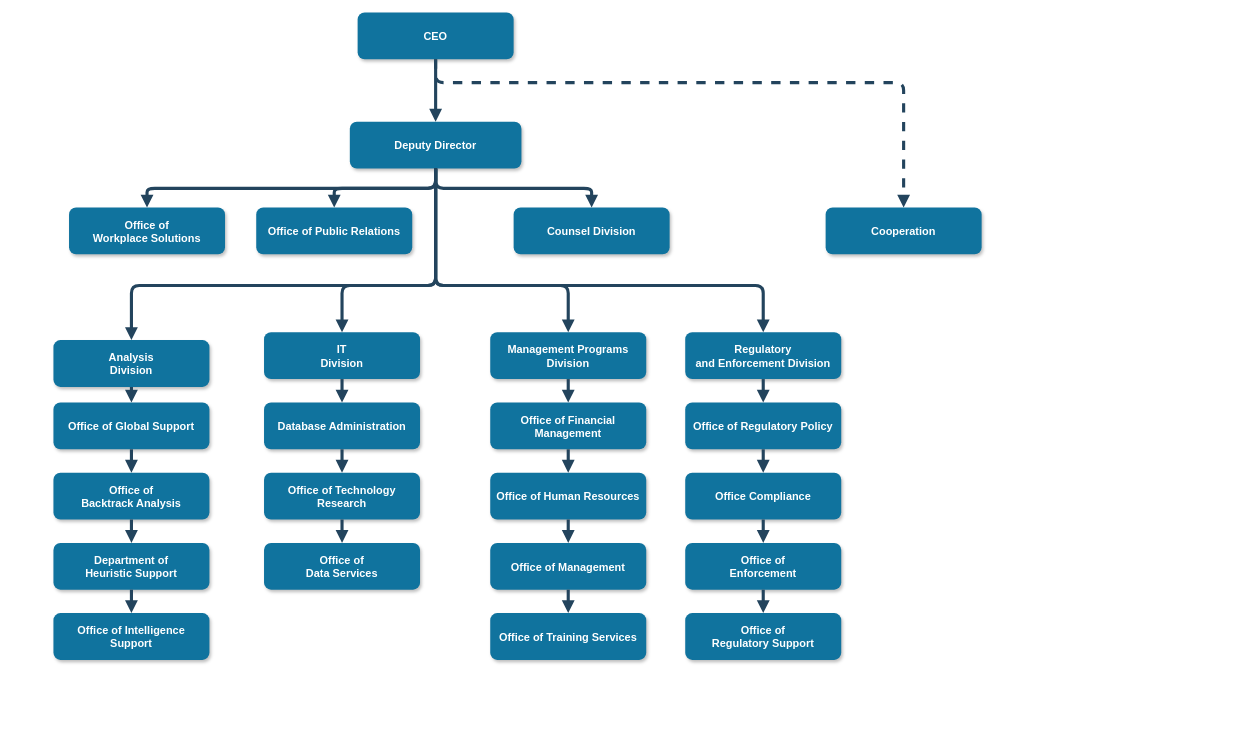
Before: Untitled Diagram.drawio in MHosnii/DrawIo, a draw.io diagram. Source tidied: cells renumbered, new cells numbered last; positions are measured from the earlier drawing's top-left corner, leaving out a move shared by most shapes. Both pictures are drawn from the tidied source at 78%, with x=0, y=0 at pixel (53, 12).
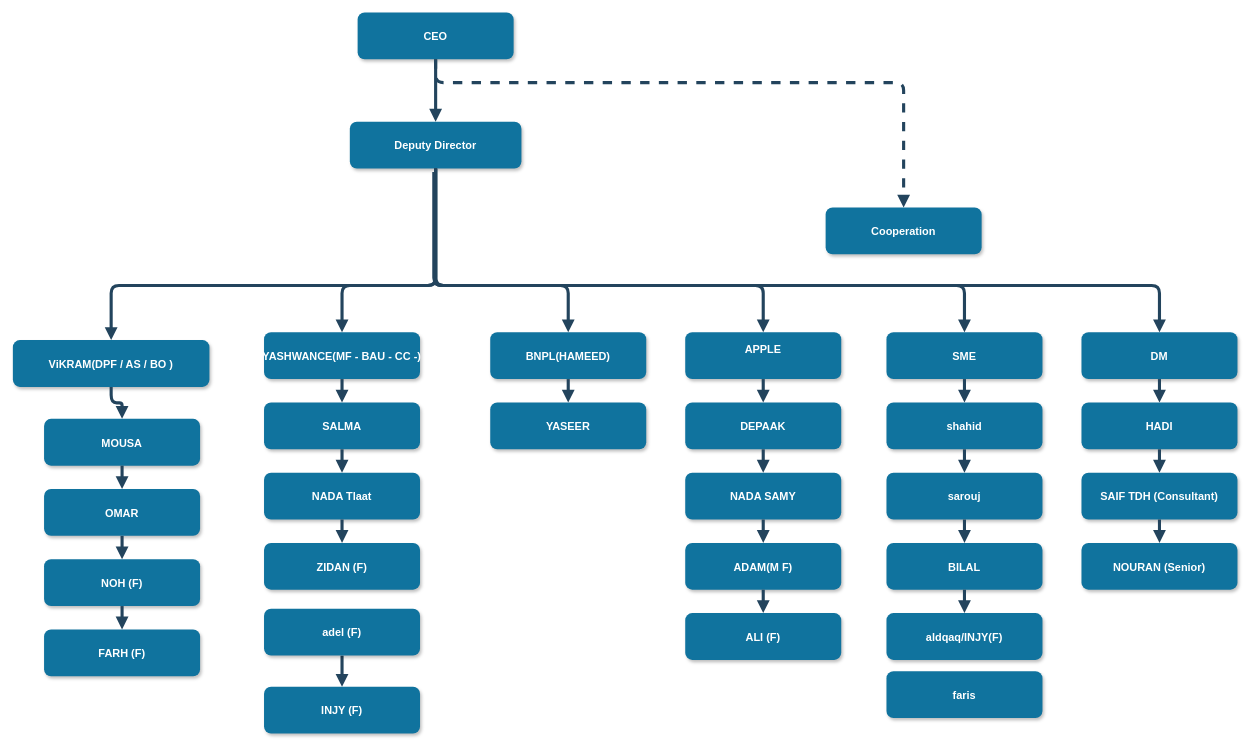
Above is the later version.

The change refers to these unchanged cells:
```xml
<mxCell id="3" value="Deputy Director" style="rounded=1;fillColor=#10739E;strokeColor=none;shadow=1;gradientColor=none;fontStyle=1;fontColor=#FFFFFF;fontSize=14;" parent="1" vertex="1">
  <mxGeometry x="380" y="139.5" width="220" height="60" as="geometry" />
</mxCell>
```

Change to the diagram source:
```diff
@@
-    <mxCell id="4" value="Office of &#10;Workplace Solutions" style="rounded=1;fillColor=#10739E;strokeColor=none;shadow=1;gradientColor=none;fontStyle=1;fontColor=#FFFFFF;fontSize=14;" parent="1" vertex="1">
-      <mxGeometry x="20" y="249.5" width="200" height="60" as="geometry" />
-    </mxCell>
-    <mxCell id="5" value="Office of Public Relations" style="rounded=1;fillColor=#10739E;strokeColor=none;shadow=1;gradientColor=none;fontStyle=1;fontColor=#FFFFFF;fontSize=14;" parent="1" vertex="1">
-      <mxGeometry x="260" y="249.5" width="200" height="60" as="geometry" />
-    </mxCell>
-    <mxCell id="6" value="Counsel Division" style="rounded=1;fillColor=#10739E;strokeColor=none;shadow=1;gradientColor=none;fontStyle=1;fontColor=#FFFFFF;fontSize=14;" parent="1" vertex="1">
-      <mxGeometry x="590" y="249.5" width="200" height="60" as="geometry" />
-    </mxCell>
@@
-    <mxCell id="8" value="Analysis &#10;Division" style="rounded=1;fillColor=#10739E;strokeColor=none;shadow=1;gradientColor=none;fontStyle=1;fontColor=#FFFFFF;fontSize=14;" parent="1" vertex="1">
-      <mxGeometry y="419.5" width="200" height="60" as="geometry" />
+    <mxCell id="8" value="ViKRAM(DPF / AS / BO )" style="rounded=1;fillColor=#10739E;strokeColor=none;shadow=1;gradientColor=none;fontStyle=1;fontColor=#FFFFFF;fontSize=14;" parent="1" vertex="1">
+      <mxGeometry x="-52" y="419.5" width="252" height="60" as="geometry" />
     </mxCell>
-    <mxCell id="9" value="Office of Global Support" style="rounded=1;fillColor=#10739E;strokeColor=none;shadow=1;gradientColor=none;fontStyle=1;fontColor=#FFFFFF;fontSize=14;" parent="1" vertex="1">
-      <mxGeometry y="499.5" width="200" height="60" as="geometry" />
+    <mxCell id="9" value="MOUSA" style="rounded=1;fillColor=#10739E;strokeColor=none;shadow=1;gradientColor=none;fontStyle=1;fontColor=#FFFFFF;fontSize=14;" parent="1" vertex="1">
+      <mxGeometry x="-12" y="520.5" width="200" height="60" as="geometry" />
     </mxCell>
-    <mxCell id="10" value="Office of &#10;Backtrack Analysis" style="rounded=1;fillColor=#10739E;strokeColor=none;shadow=1;gradientColor=none;fontStyle=1;fontColor=#FFFFFF;fontSize=14;" parent="1" vertex="1">
-      <mxGeometry y="589.5" width="200" height="60" as="geometry" />
+    <mxCell id="10" value="OMAR" style="rounded=1;fillColor=#10739E;strokeColor=none;shadow=1;gradientColor=none;fontStyle=1;fontColor=#FFFFFF;fontSize=14;" parent="1" vertex="1">
+      <mxGeometry x="-12" y="610.5" width="200" height="60" as="geometry" />
     </mxCell>
-    <mxCell id="11" value="Department of &#10;Heuristic Support" style="rounded=1;fillColor=#10739E;strokeColor=none;shadow=1;gradientColor=none;fontStyle=1;fontColor=#FFFFFF;fontSize=14;" parent="1" vertex="1">
-      <mxGeometry y="679.5" width="200" height="60" as="geometry" />
+    <mxCell id="11" value="NOH (F)" style="rounded=1;fillColor=#10739E;strokeColor=none;shadow=1;gradientColor=none;fontStyle=1;fontColor=#FFFFFF;fontSize=14;" parent="1" vertex="1">
+      <mxGeometry x="-12" y="700.5" width="200" height="60" as="geometry" />
     </mxCell>
-    <mxCell id="12" value="Office of Intelligence &#10;Support" style="rounded=1;fillColor=#10739E;strokeColor=none;shadow=1;gradientColor=none;fontStyle=1;fontColor=#FFFFFF;fontSize=14;" parent="1" vertex="1">
-      <mxGeometry y="769.5" width="200" height="60" as="geometry" />
+    <mxCell id="12" value="FARH (F)" style="rounded=1;fillColor=#10739E;strokeColor=none;shadow=1;gradientColor=none;fontStyle=1;fontColor=#FFFFFF;fontSize=14;" parent="1" vertex="1">
+      <mxGeometry x="-12" y="790.5" width="200" height="60" as="geometry" />
     </mxCell>
-    <mxCell id="13" value="IT&#10;Division" style="rounded=1;fillColor=#10739E;strokeColor=none;shadow=1;gradientColor=none;fontStyle=1;fontColor=#FFFFFF;fontSize=14;" parent="1" vertex="1">
+    <mxCell id="13" value="YASHWANCE(MF - BAU - CC -)" style="rounded=1;fillColor=#10739E;strokeColor=none;shadow=1;gradientColor=none;fontStyle=1;fontColor=#FFFFFF;fontSize=14;" parent="1" vertex="1">
       <mxGeometry x="270" y="409.5" width="200" height="60" as="geometry" />
     </mxCell>
-    <mxCell id="14" value="Database Administration" style="rounded=1;fillColor=#10739E;strokeColor=none;shadow=1;gradientColor=none;fontStyle=1;fontColor=#FFFFFF;fontSize=14;" parent="1" vertex="1">
+    <mxCell id="14" value="SALMA" style="rounded=1;fillColor=#10739E;strokeColor=none;shadow=1;gradientColor=none;fontStyle=1;fontColor=#FFFFFF;fontSize=14;" parent="1" vertex="1">
       <mxGeometry x="270" y="499.5" width="200" height="60" as="geometry" />
     </mxCell>
-    <mxCell id="15" value="Office of Technology &#10;Research" style="rounded=1;fillColor=#10739E;strokeColor=none;shadow=1;gradientColor=none;fontStyle=1;fontColor=#FFFFFF;fontSize=14;" parent="1" vertex="1">
+    <mxCell id="15" value="NADA Tlaat" style="rounded=1;fillColor=#10739E;strokeColor=none;shadow=1;gradientColor=none;fontStyle=1;fontColor=#FFFFFF;fontSize=14;" parent="1" vertex="1">
       <mxGeometry x="270" y="589.5" width="200" height="60" as="geometry" />
     </mxCell>
-    <mxCell id="16" value="Office of&#10;Data Services" style="rounded=1;fillColor=#10739E;strokeColor=none;shadow=1;gradientColor=none;fontStyle=1;fontColor=#FFFFFF;fontSize=14;" parent="1" vertex="1">
+    <mxCell id="16" value="ZIDAN (F)" style="rounded=1;fillColor=#10739E;strokeColor=none;shadow=1;gradientColor=none;fontStyle=1;fontColor=#FFFFFF;fontSize=14;" parent="1" vertex="1">
       <mxGeometry x="270" y="679.5" width="200" height="60" as="geometry" />
     </mxCell>
-    <mxCell id="17" value="Management Programs &#10;Division" style="rounded=1;fillColor=#10739E;strokeColor=none;shadow=1;gradientColor=none;fontStyle=1;fontColor=#FFFFFF;fontSize=14;" parent="1" vertex="1">
+    <mxCell id="17" value="BNPL(HAMEED)" style="rounded=1;fillColor=#10739E;strokeColor=none;shadow=1;gradientColor=none;fontStyle=1;fontColor=#FFFFFF;fontSize=14;" parent="1" vertex="1">
       <mxGeometry x="560" y="409.5" width="200" height="60" as="geometry" />
     </mxCell>
-    <mxCell id="18" value="Office of Financial &#10;Management" style="rounded=1;fillColor=#10739E;strokeColor=none;shadow=1;gradientColor=none;fontStyle=1;fontColor=#FFFFFF;fontSize=14;" parent="1" vertex="1">
+    <mxCell id="18" value="YASEER" style="rounded=1;fillColor=#10739E;strokeColor=none;shadow=1;gradientColor=none;fontStyle=1;fontColor=#FFFFFF;fontSize=14;" parent="1" vertex="1">
       <mxGeometry x="560" y="499.5" width="200" height="60" as="geometry" />
     </mxCell>
-    <mxCell id="19" value="Office of Human Resources" style="rounded=1;fillColor=#10739E;strokeColor=none;shadow=1;gradientColor=none;fontStyle=1;fontColor=#FFFFFF;fontSize=14;" parent="1" vertex="1">
-      <mxGeometry x="560" y="589.5" width="200" height="60" as="geometry" />
-    </mxCell>
-    <mxCell id="20" value="Office of Management " style="rounded=1;fillColor=#10739E;strokeColor=none;shadow=1;gradientColor=none;fontStyle=1;fontColor=#FFFFFF;fontSize=14;" parent="1" vertex="1">
-      <mxGeometry x="560" y="679.5" width="200" height="60" as="geometry" />
-    </mxCell>
-    <mxCell id="21" value="Office of Training Services" style="rounded=1;fillColor=#10739E;strokeColor=none;shadow=1;gradientColor=none;fontStyle=1;fontColor=#FFFFFF;fontSize=14;" parent="1" vertex="1">
-      <mxGeometry x="560" y="769.5" width="200" height="60" as="geometry" />
-    </mxCell>
-    <mxCell id="22" value="Regulatory &#10;and Enforcement Division" style="rounded=1;fillColor=#10739E;strokeColor=none;shadow=1;gradientColor=none;fontStyle=1;fontColor=#FFFFFF;fontSize=14;" parent="1" vertex="1">
+    <mxCell id="22" value="APPLE&#10;" style="rounded=1;fillColor=#10739E;strokeColor=none;shadow=1;gradientColor=none;fontStyle=1;fontColor=#FFFFFF;fontSize=14;" parent="1" vertex="1">
       <mxGeometry x="810" y="409.5" width="200" height="60" as="geometry" />
     </mxCell>
-    <mxCell id="23" value="Office of Regulatory Policy" style="rounded=1;fillColor=#10739E;strokeColor=none;shadow=1;gradientColor=none;fontStyle=1;fontColor=#FFFFFF;fontSize=14;" parent="1" vertex="1">
+    <mxCell id="23" value="DEPAAK" style="rounded=1;fillColor=#10739E;strokeColor=none;shadow=1;gradientColor=none;fontStyle=1;fontColor=#FFFFFF;fontSize=14;" parent="1" vertex="1">
       <mxGeometry x="810" y="499.5" width="200" height="60" as="geometry" />
     </mxCell>
-    <mxCell id="24" value="Office Compliance" style="rounded=1;fillColor=#10739E;strokeColor=none;shadow=1;gradientColor=none;fontStyle=1;fontColor=#FFFFFF;fontSize=14;" parent="1" vertex="1">
+    <mxCell id="24" value="NADA SAMY" style="rounded=1;fillColor=#10739E;strokeColor=none;shadow=1;gradientColor=none;fontStyle=1;fontColor=#FFFFFF;fontSize=14;" parent="1" vertex="1">
       <mxGeometry x="810" y="589.5" width="200" height="60" as="geometry" />
     </mxCell>
-    <mxCell id="25" value="Office of &#10;Enforcement" style="rounded=1;fillColor=#10739E;strokeColor=none;shadow=1;gradientColor=none;fontStyle=1;fontColor=#FFFFFF;fontSize=14;" parent="1" vertex="1">
+    <mxCell id="25" value="ADAM(M F)" style="rounded=1;fillColor=#10739E;strokeColor=none;shadow=1;gradientColor=none;fontStyle=1;fontColor=#FFFFFF;fontSize=14;" parent="1" vertex="1">
       <mxGeometry x="810" y="679.5" width="200" height="60" as="geometry" />
     </mxCell>
-    <mxCell id="26" value="Office of&#10; Regulatory Support" style="rounded=1;fillColor=#10739E;strokeColor=none;shadow=1;gradientColor=none;fontStyle=1;fontColor=#FFFFFF;fontSize=14;" parent="1" vertex="1">
+    <mxCell id="26" value="ALI (F)" style="rounded=1;fillColor=#10739E;strokeColor=none;shadow=1;gradientColor=none;fontStyle=1;fontColor=#FFFFFF;fontSize=14;" parent="1" vertex="1">
       <mxGeometry x="810" y="769.5" width="200" height="60" as="geometry" />
     </mxCell>
@@
-    <mxCell id="28" style="edgeStyle=elbowEdgeStyle;elbow=vertical;strokeWidth=4;endArrow=block;endFill=1;fontStyle=1;strokeColor=#23445D;" parent="1" edge="1" source="3" target="5">
-      <mxGeometry x="22" y="165.5" as="geometry" />
-    </mxCell>
-    <mxCell id="29" style="edgeStyle=elbowEdgeStyle;elbow=vertical;strokeWidth=4;endArrow=block;endFill=1;fontStyle=1;strokeColor=#23445D;" parent="1" edge="1" source="3" target="4">
-      <mxGeometry x="22" y="165.5" as="geometry" />
-    </mxCell>
-    <mxCell id="30" style="edgeStyle=elbowEdgeStyle;elbow=vertical;strokeWidth=4;endArrow=block;endFill=1;fontStyle=1;strokeColor=#23445D;" parent="1" edge="1" source="3" target="6">
-      <mxGeometry x="22" y="165.5" as="geometry" />
-    </mxCell>
@@
-    <mxCell id="42" style="edgeStyle=elbowEdgeStyle;elbow=vertical;strokeWidth=4;endArrow=block;endFill=1;fontStyle=1;strokeColor=#23445D;" parent="1" edge="1" source="18" target="19">
-      <mxGeometry x="72" y="175.5" as="geometry" />
-    </mxCell>
-    <mxCell id="43" style="edgeStyle=elbowEdgeStyle;elbow=vertical;strokeWidth=4;endArrow=block;endFill=1;fontStyle=1;strokeColor=#23445D;" parent="1" edge="1" source="19" target="20">
-      <mxGeometry x="72" y="185.5" as="geometry" />
-    </mxCell>
-    <mxCell id="44" style="edgeStyle=elbowEdgeStyle;elbow=vertical;strokeWidth=4;endArrow=block;endFill=1;fontStyle=1;strokeColor=#23445D;" parent="1" edge="1" source="20" target="21">
-      <mxGeometry x="72" y="195.5" as="geometry" />
-    </mxCell>
@@
+    <mxCell id="51" value="SME" style="rounded=1;fillColor=#10739E;strokeColor=none;shadow=1;gradientColor=none;fontStyle=1;fontColor=#FFFFFF;fontSize=14;" parent="1" vertex="1">
+      <mxGeometry x="1068" y="409.5" width="200" height="60" as="geometry" />
+    </mxCell>
+    <mxCell id="52" value="shahid" style="rounded=1;fillColor=#10739E;strokeColor=none;shadow=1;gradientColor=none;fontStyle=1;fontColor=#FFFFFF;fontSize=14;" parent="1" vertex="1">
+      <mxGeometry x="1068" y="499.5" width="200" height="60" as="geometry" />
+    </mxCell>
+    <mxCell id="53" value="sarouj" style="rounded=1;fillColor=#10739E;strokeColor=none;shadow=1;gradientColor=none;fontStyle=1;fontColor=#FFFFFF;fontSize=14;" parent="1" vertex="1">
+      <mxGeometry x="1068" y="589.5" width="200" height="60" as="geometry" />
+    </mxCell>
+    <mxCell id="54" value="BILAL" style="rounded=1;fillColor=#10739E;strokeColor=none;shadow=1;gradientColor=none;fontStyle=1;fontColor=#FFFFFF;fontSize=14;" parent="1" vertex="1">
+      <mxGeometry x="1068" y="679.5" width="200" height="60" as="geometry" />
+    </mxCell>
+    <mxCell id="55" value="aldqaq/INJY(F)" style="rounded=1;fillColor=#10739E;strokeColor=none;shadow=1;gradientColor=none;fontStyle=1;fontColor=#FFFFFF;fontSize=14;" parent="1" vertex="1">
+      <mxGeometry x="1068" y="769.5" width="200" height="60" as="geometry" />
+    </mxCell>
+    <mxCell id="56" style="edgeStyle=elbowEdgeStyle;elbow=vertical;strokeWidth=4;endArrow=block;endFill=1;fontStyle=1;strokeColor=#23445D;" parent="1" edge="1" target="51">
+      <mxGeometry x="22" y="165.5" as="geometry">
+        <mxPoint x="488" y="204" as="sourcePoint" />
+        <Array as="points">
+          <mxPoint x="948" y="349.5" />
+        </Array>
+      </mxGeometry>
+    </mxCell>
+    <mxCell id="57" style="edgeStyle=elbowEdgeStyle;elbow=vertical;strokeWidth=4;endArrow=block;endFill=1;fontStyle=1;strokeColor=#23445D;" parent="1" edge="1" source="51" target="52">
+      <mxGeometry x="72" y="165.5" as="geometry" />
+    </mxCell>
+    <mxCell id="58" style="edgeStyle=elbowEdgeStyle;elbow=vertical;strokeWidth=4;endArrow=block;endFill=1;fontStyle=1;strokeColor=#23445D;" parent="1" edge="1" source="52" target="53">
+      <mxGeometry x="72" y="175.5" as="geometry" />
+    </mxCell>
+    <mxCell id="59" style="edgeStyle=elbowEdgeStyle;elbow=vertical;strokeWidth=4;endArrow=block;endFill=1;fontStyle=1;strokeColor=#23445D;" parent="1" edge="1" source="53" target="54">
+      <mxGeometry x="72" y="185.5" as="geometry" />
+    </mxCell>
+    <mxCell id="60" style="edgeStyle=elbowEdgeStyle;elbow=vertical;strokeWidth=4;endArrow=block;endFill=1;fontStyle=1;strokeColor=#23445D;" parent="1" edge="1" source="54" target="55">
+      <mxGeometry x="72" y="195.5" as="geometry" />
+    </mxCell>
+    <mxCell id="61" value="DM" style="rounded=1;fillColor=#10739E;strokeColor=none;shadow=1;gradientColor=none;fontStyle=1;fontColor=#FFFFFF;fontSize=14;" parent="1" vertex="1">
+      <mxGeometry x="1318" y="409.5" width="200" height="60" as="geometry" />
+    </mxCell>
+    <mxCell id="62" value="HADI" style="rounded=1;fillColor=#10739E;strokeColor=none;shadow=1;gradientColor=none;fontStyle=1;fontColor=#FFFFFF;fontSize=14;" parent="1" vertex="1">
+      <mxGeometry x="1318" y="499.5" width="200" height="60" as="geometry" />
+    </mxCell>
+    <mxCell id="63" value="SAIF TDH (Consultant)" style="rounded=1;fillColor=#10739E;strokeColor=none;shadow=1;gradientColor=none;fontStyle=1;fontColor=#FFFFFF;fontSize=14;" parent="1" vertex="1">
+      <mxGeometry x="1318" y="589.5" width="200" height="60" as="geometry" />
+    </mxCell>
+    <mxCell id="64" value="NOURAN (Senior)" style="rounded=1;fillColor=#10739E;strokeColor=none;shadow=1;gradientColor=none;fontStyle=1;fontColor=#FFFFFF;fontSize=14;" parent="1" vertex="1">
+      <mxGeometry x="1318" y="679.5" width="200" height="60" as="geometry" />
+    </mxCell>
+    <mxCell id="65" value="INJY (F)" style="rounded=1;fillColor=#10739E;strokeColor=none;shadow=1;gradientColor=none;fontStyle=1;fontColor=#FFFFFF;fontSize=14;" parent="1" vertex="1">
+      <mxGeometry x="270" y="864" width="200" height="60" as="geometry" />
+    </mxCell>
+    <mxCell id="66" style="edgeStyle=elbowEdgeStyle;elbow=vertical;strokeWidth=4;endArrow=block;endFill=1;fontStyle=1;strokeColor=#23445D;" parent="1" edge="1" target="61">
+      <mxGeometry x="22" y="165.5" as="geometry">
+        <mxPoint x="488" y="204" as="sourcePoint" />
+        <Array as="points">
+          <mxPoint x="1198" y="349.5" />
+        </Array>
+      </mxGeometry>
+    </mxCell>
+    <mxCell id="67" style="edgeStyle=elbowEdgeStyle;elbow=vertical;strokeWidth=4;endArrow=block;endFill=1;fontStyle=1;strokeColor=#23445D;" parent="1" edge="1" source="61" target="62">
+      <mxGeometry x="72" y="165.5" as="geometry" />
+    </mxCell>
+    <mxCell id="68" style="edgeStyle=elbowEdgeStyle;elbow=vertical;strokeWidth=4;endArrow=block;endFill=1;fontStyle=1;strokeColor=#23445D;" parent="1" edge="1" source="62" target="63">
+      <mxGeometry x="72" y="175.5" as="geometry" />
+    </mxCell>
+    <mxCell id="69" style="edgeStyle=elbowEdgeStyle;elbow=vertical;strokeWidth=4;endArrow=block;endFill=1;fontStyle=1;strokeColor=#23445D;" parent="1" edge="1" source="63" target="64">
+      <mxGeometry x="72" y="185.5" as="geometry" />
+    </mxCell>
+    <mxCell id="70" style="edgeStyle=elbowEdgeStyle;elbow=vertical;strokeWidth=4;endArrow=block;endFill=1;fontStyle=1;strokeColor=#23445D;exitX=0.5;exitY=1;exitDx=0;exitDy=0;" parent="1" edge="1" source="72" target="65">
+      <mxGeometry x="72" y="195.5" as="geometry" />
+    </mxCell>
+    <mxCell id="71" value="faris" style="rounded=1;fillColor=#10739E;strokeColor=none;shadow=1;gradientColor=none;fontStyle=1;fontColor=#FFFFFF;fontSize=14;" parent="1" vertex="1">
+      <mxGeometry x="1068" y="844" width="200" height="60" as="geometry" />
+    </mxCell>
+    <mxCell id="72" value="adel (F)" style="rounded=1;fillColor=#10739E;strokeColor=none;shadow=1;gradientColor=none;fontStyle=1;fontColor=#FFFFFF;fontSize=14;" parent="1" vertex="1">
+      <mxGeometry x="270" y="764" width="200" height="60" as="geometry" />
+    </mxCell>
```
